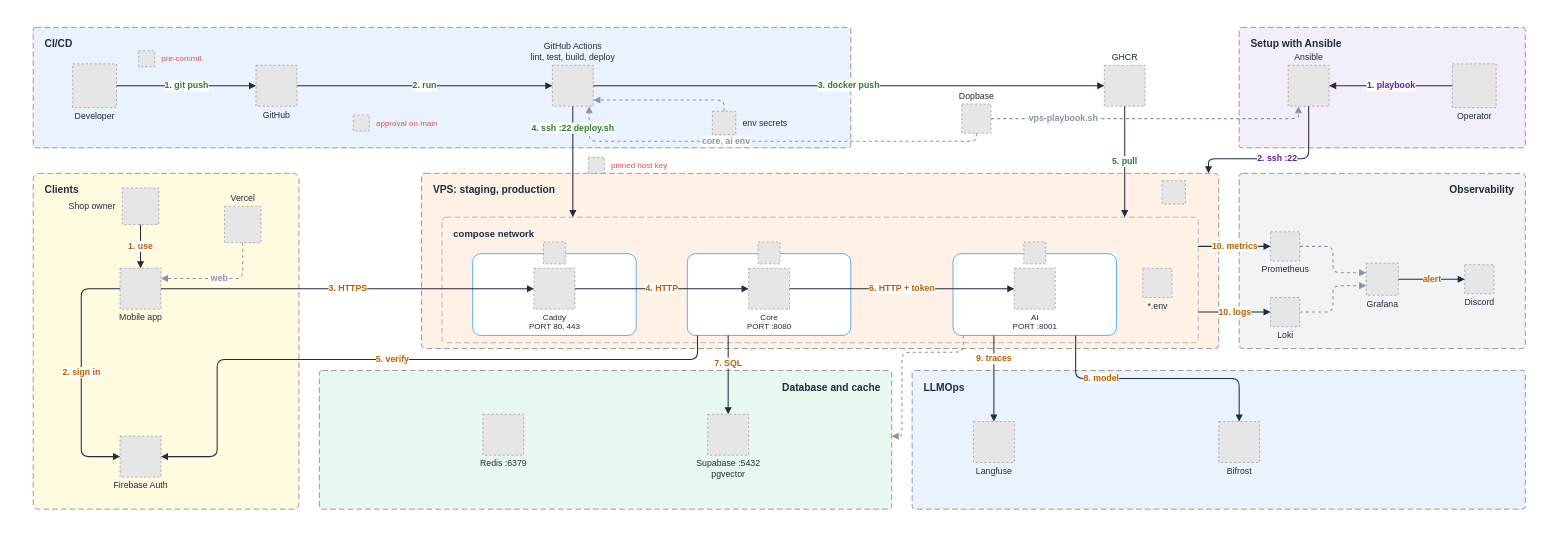
Earlier version of the draw.io diagram docs/architecture/diagrams/src/ci-cd.drawio (miphu2804/smart-ledger). Source tidied: cells renumbered, new cells numbered last; positions are measured from the earlier drawing's top-left corner, leaving out a move shared by most shapes. Both pictures are drawn from the tidied source at 73%, with x=0, y=0 at pixel (12, 12). Pictures stored in the file or linked from it are replaced by grey dashed boxes.
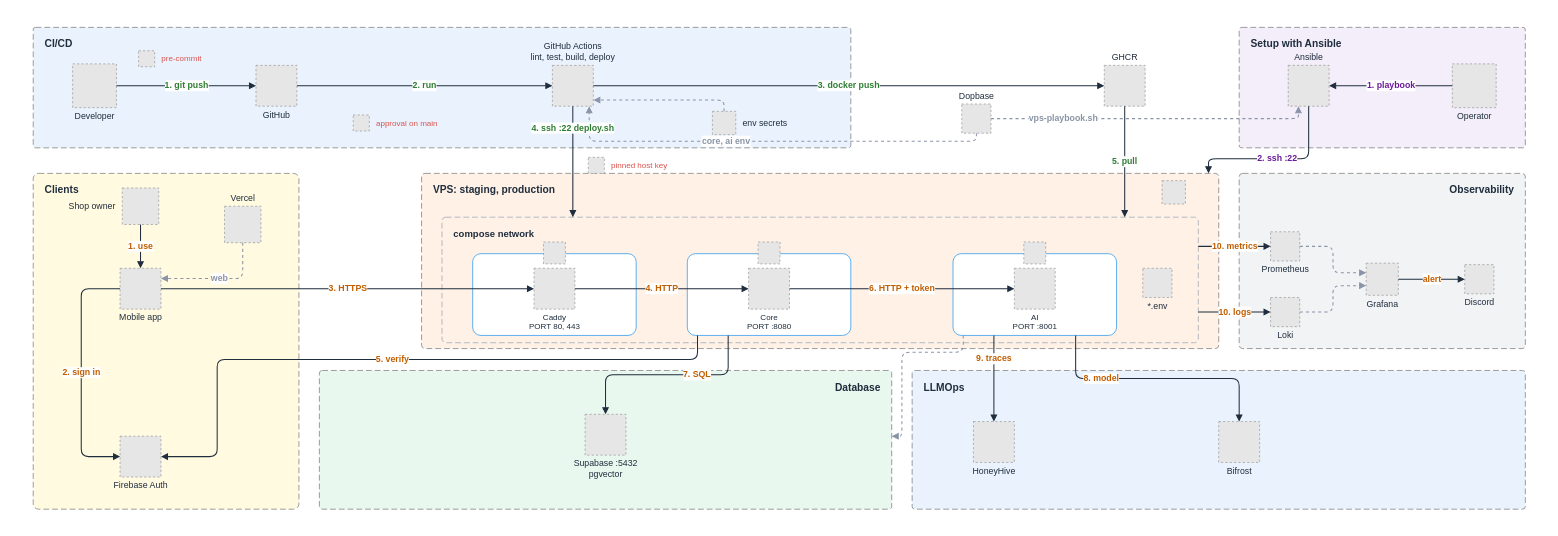
The same diagram, later.

The change refers to these unchanged cells:
```xml
<mxCell id="26" style="rounded=1;arcSize=10;html=1;fillColor=#ffffff;strokeColor=#2496ED;" parent="1" vertex="1">
  <mxGeometry x="1288" y="330" width="224" height="112" as="geometry" />
</mxCell>
```

Diff of the diagram source:
```diff
@@
-    <mxCell id="33" value="Database and cache" style="rounded=1;arcSize=2;html=1;dashed=1;dashPattern=8 4;fillColor=#e9f8ee;strokeColor=#7a7a7a;fontColor=#1f2d3d;verticalAlign=top;align=right;spacingLeft=14;spacingRight=14;spacingTop=8;fontStyle=1;fontSize=14;" parent="1" vertex="1">
+    <mxCell id="33" value="Database" style="rounded=1;arcSize=2;html=1;dashed=1;dashPattern=8 4;fillColor=#e9f8ee;strokeColor=#7a7a7a;fontColor=#1f2d3d;verticalAlign=top;align=right;spacingLeft=14;spacingRight=14;spacingTop=8;fontStyle=1;fontSize=14;" parent="1" vertex="1">
       <mxGeometry x="420" y="490" width="784" height="190" as="geometry" />
     </mxCell>
     <mxCell id="34" value="Supabase :5432&lt;br&gt;pgvector" style="fillColor=#E6E6E6;strokeColor=#999999;dashed=1;verticalLabelPosition=bottom;verticalAlign=top;spacingTop=-2;html=1;fontColor=#1f2d3d;fontSize=12;" parent="1" vertex="1">
-      <mxGeometry x="952" y="550" width="56" height="56" as="geometry" />
+      <mxGeometry x="784" y="550" width="56" height="56" as="geometry" />
     </mxCell>
-    <mxCell id="35" value="Redis :6379" style="fillColor=#E6E6E6;strokeColor=#999999;dashed=1;verticalLabelPosition=bottom;verticalAlign=top;spacingTop=-2;html=1;fontColor=#1f2d3d;fontSize=12;" parent="1" vertex="1">
-      <mxGeometry x="644" y="550" width="56" height="56" as="geometry" />
-    </mxCell>
@@
-    <mxCell id="42" value="Langfuse" style="fillColor=#E6E6E6;strokeColor=#999999;dashed=1;verticalLabelPosition=bottom;verticalAlign=top;spacingTop=-2;html=1;fontColor=#1f2d3d;fontSize=12;" parent="1" vertex="1">
-      <mxGeometry x="1316" y="560" width="56" height="56" as="geometry" />
-    </mxCell>
+    <mxCell id="71" value="HoneyHive" style="fillColor=#E6E6E6;strokeColor=#999999;dashed=1;verticalLabelPosition=bottom;verticalAlign=top;spacingTop=-2;html=1;fontColor=#1f2d3d;fontSize=12;" parent="1" vertex="1">
+      <mxGeometry x="1316" y="560" width="56" height="56" as="geometry" />
+    </mxCell>
@@
-    <mxCell id="64" value="9. traces" style="edgeStyle=orthogonalEdgeStyle;rounded=1;html=1;endArrow=block;endSize=6;strokeColor=#1f2d3d;strokeWidth=1.4;fontColor=#c25e00;fontStyle=1;fontSize=12;labelBackgroundColor=#ffffff;exitX=0.25;exitY=1;entryX=0.5;entryY=0;" parent="1" edge="1" source="26" target="42">
+    <mxCell id="64" value="9. traces" style="edgeStyle=orthogonalEdgeStyle;rounded=1;html=1;endArrow=block;endSize=6;strokeColor=#1f2d3d;strokeWidth=1.4;fontColor=#c25e00;fontStyle=1;fontSize=12;labelBackgroundColor=#ffffff;exitX=0.25;exitY=1;entryX=0.5;entryY=0;" parent="1" edge="1" source="26" target="71">
       <mxGeometry x="-0.45" relative="1" as="geometry" />
     </mxCell>
```
